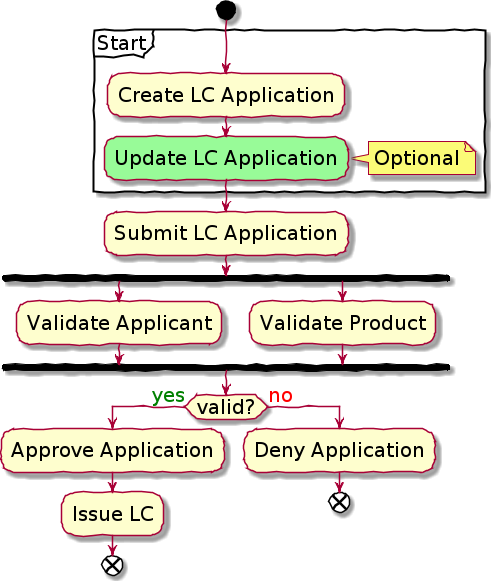
ddd-book-java/prem-website keeps this PlantUML diagram as images/command-flow.png. Above is the earlier version. The source it was exported from:
```plantuml
@startuml
skinparam handwritten true
<style>
activityDiagram {
  FontName "Gloria Hallelujah"
  FontSize 20
}
</style>
start
partition Start {
:Create LC Application;
#palegreen:Update LC Application;
note right: Optional
}
:Submit LC Application;
fork
:Validate Applicant;
fork again
:Validate Product;
end fork
if (valid?) is (<color:green>yes) then
:Approve Application;
:Issue LC;
end
else (<color:red>no)
:Deny Application;
end
@enduml
```
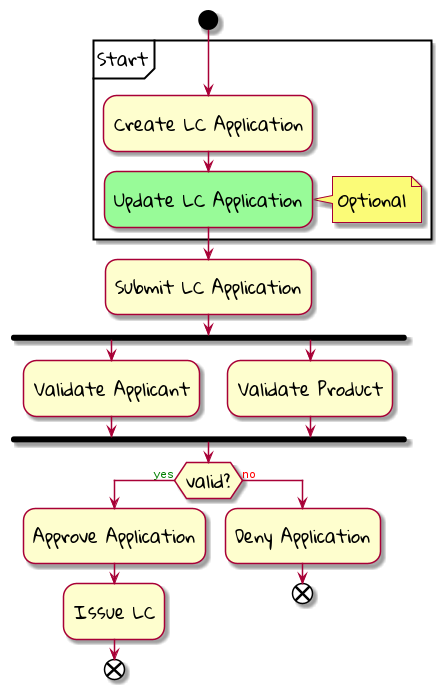
After the change.

What changed in the source:
```diff
@@ -1,11 +1,13 @@
 @startuml
-skinparam handwritten true
-<style>
-activityDiagram {
-  FontName "Gloria Hallelujah"
-  FontSize 20
-}
-</style>
+skinparam handwrittern true
+skinparam ActivityFontName "Gloria Hallelujah"
+skinparam ActivityFontSize 18
+skinparam ActivityDiamondFontName "Gloria Hallelujah"
+skinparam ActivityDiamondFontSize 18
+skinparam NoteFontName "Gloria Hallelujah"
+skinparam NoteFontSize 18
+skinparam PartitionFontName "Gloria Hallelujah"
+skinparam PartitionFontSize 18
 start
 partition Start {
 :Create LC Application;
```
